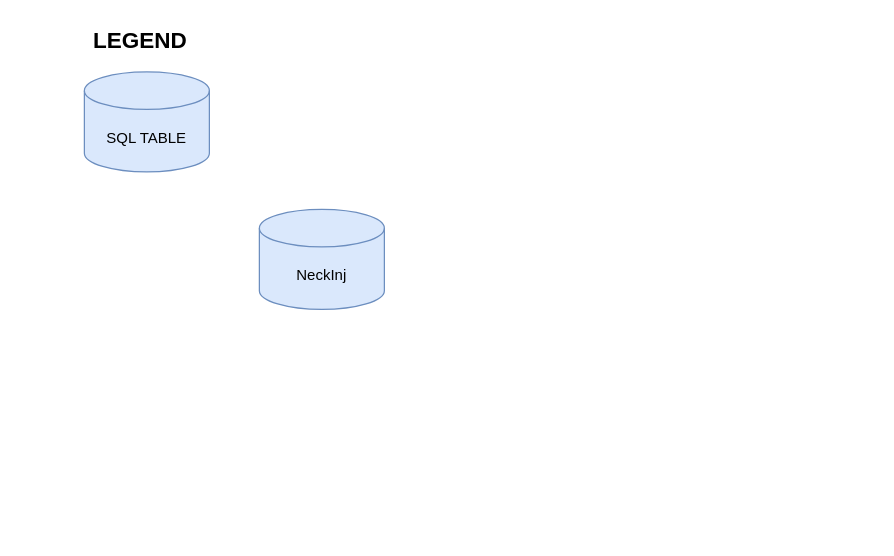
Before: OnPremises_Structure.drawio in ancollis757/trackingtables, a draw.io diagram. Source tidied: cells renumbered, new cells numbered last; positions are measured from the earlier drawing's top-left corner, leaving out a move shared by most shapes. Both pictures are drawn from the tidied source at 125%, with x=0, y=0 at pixel (21, 21).
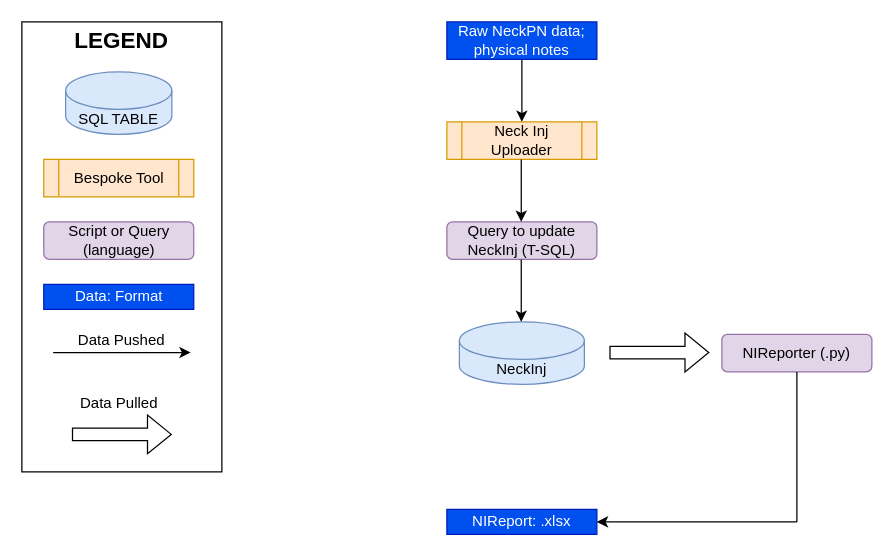
The same diagram, later.

Diff of the diagram source:
```diff
@@
+    <mxCell id="5" style="rounded=0;whiteSpace=wrap;html=1;fillColor=none;" parent="1" vertex="1">
+      <mxGeometry width="160" height="360" as="geometry" />
+    </mxCell>
     <mxCell id="2" value="SQL TABLE" style="shape=cylinder3;whiteSpace=wrap;html=1;boundedLbl=1;backgroundOutline=1;size=15;fillColor=#dae8fc;strokeColor=#6c8ebf;" parent="1" vertex="1">
-      <mxGeometry x="50" y="40" width="100" height="80" as="geometry" />
+      <mxGeometry x="35" y="40" width="85" height="50" as="geometry" />
     </mxCell>
     <mxCell id="3" value="&lt;font style=&quot;font-size: 18px;&quot;&gt;&lt;b&gt;LEGEND&lt;/b&gt;&lt;/font&gt;" style="text;html=1;strokeColor=none;fillColor=none;align=center;verticalAlign=middle;whiteSpace=wrap;rounded=0;" parent="1" vertex="1">
-      <mxGeometry width="190" height="30" as="geometry" />
+      <mxGeometry width="160" height="30" as="geometry" />
     </mxCell>
     <mxCell id="4" value="NeckInj" style="shape=cylinder3;whiteSpace=wrap;html=1;boundedLbl=1;backgroundOutline=1;size=15;fillColor=#dae8fc;strokeColor=#6c8ebf;" parent="1" vertex="1">
-      <mxGeometry x="190" y="150" width="100" height="80" as="geometry" />
+      <mxGeometry x="350" y="240" width="100" height="50" as="geometry" />
     </mxCell>
+    <mxCell id="6" value="Bespoke Tool" style="shape=process;whiteSpace=wrap;html=1;backgroundOutline=1;fillColor=#ffe6cc;strokeColor=#d79b00;" parent="1" vertex="1">
+      <mxGeometry x="17.5" y="110" width="120" height="30" as="geometry" />
+    </mxCell>
+    <mxCell id="7" value="Neck Inj Uploader" style="shape=process;whiteSpace=wrap;html=1;backgroundOutline=1;fillColor=#ffe6cc;strokeColor=#d79b00;" parent="1" vertex="1">
+      <mxGeometry x="340" y="80" width="120" height="30" as="geometry" />
+    </mxCell>
+    <mxCell id="8" value="Script or Query (language)" style="rounded=1;whiteSpace=wrap;html=1;fillColor=#e1d5e7;strokeColor=#9673a6;" parent="1" vertex="1">
+      <mxGeometry x="17.5" y="160" width="120" height="30" as="geometry" />
+    </mxCell>
+    <mxCell id="9" value="Query to update NeckInj (T-SQL)" style="rounded=1;whiteSpace=wrap;html=1;fillColor=#e1d5e7;strokeColor=#9673a6;" parent="1" vertex="1">
+      <mxGeometry x="340" y="160" width="120" height="30" as="geometry" />
+    </mxCell>
+    <mxCell id="10" value="Data: Format" style="rounded=0;whiteSpace=wrap;html=1;fillColor=#0050ef;strokeColor=#001DBC;fontColor=#ffffff;" parent="1" vertex="1">
+      <mxGeometry x="17.5" y="210" width="120" height="20" as="geometry" />
+    </mxCell>
+    <mxCell id="11" value="Raw NeckPN data; physical notes" style="rounded=0;whiteSpace=wrap;html=1;fillColor=#0050ef;strokeColor=#001DBC;fontColor=#ffffff;" parent="1" vertex="1">
+      <mxGeometry x="340" width="120" height="30" as="geometry" />
+    </mxCell>
+    <mxCell id="12" style="endArrow=classic;html=1;rounded=0;exitX=0.5;exitY=1;exitDx=0;exitDy=0;entryX=0.5;entryY=0;entryDx=0;entryDy=0;" parent="1" edge="1" source="11" target="7">
+      <mxGeometry relative="1" as="geometry" />
+    </mxCell>
+    <mxCell id="13" style="endArrow=classic;html=1;rounded=0;exitX=0.5;exitY=1;exitDx=0;exitDy=0;entryX=0.5;entryY=0;entryDx=0;entryDy=0;" parent="1" edge="1">
+      <mxGeometry relative="1" as="geometry">
+        <mxPoint x="399.5" y="110" as="sourcePoint" />
+        <mxPoint x="399.5" y="160" as="targetPoint" />
+      </mxGeometry>
+    </mxCell>
+    <mxCell id="14" style="endArrow=classic;html=1;rounded=0;exitX=0.5;exitY=1;exitDx=0;exitDy=0;entryX=0.5;entryY=0;entryDx=0;entryDy=0;" parent="1" edge="1">
+      <mxGeometry relative="1" as="geometry">
+        <mxPoint x="399.5" y="190" as="sourcePoint" />
+        <mxPoint x="399.5" y="240" as="targetPoint" />
+      </mxGeometry>
+    </mxCell>
+    <mxCell id="15" style="endArrow=classic;html=1;rounded=0;" parent="1" edge="1">
+      <mxGeometry relative="1" as="geometry">
+        <mxPoint x="25" y="264.5" as="sourcePoint" />
+        <mxPoint x="135" y="264.5" as="targetPoint" />
+      </mxGeometry>
+    </mxCell>
+    <mxCell id="16" value="Data Pushed" style="text;html=1;strokeColor=none;fillColor=none;align=center;verticalAlign=middle;whiteSpace=wrap;rounded=0;" parent="1" vertex="1">
+      <mxGeometry x="30" y="240" width="100" height="30" as="geometry" />
+    </mxCell>
+    <mxCell id="17" style="shape=flexArrow;endArrow=classic;html=1;rounded=0;" parent="1" edge="1">
+      <mxGeometry relative="1" as="geometry">
+        <mxPoint x="40" y="330" as="sourcePoint" />
+        <mxPoint x="120" y="330" as="targetPoint" />
+      </mxGeometry>
+    </mxCell>
+    <mxCell id="18" value="Data Pulled" style="text;html=1;strokeColor=none;fillColor=none;align=center;verticalAlign=middle;whiteSpace=wrap;rounded=0;" parent="1" vertex="1">
+      <mxGeometry x="27.5" y="290" width="100" height="30" as="geometry" />
+    </mxCell>
+    <mxCell id="19" value="NIReporter (.py)" style="rounded=1;whiteSpace=wrap;html=1;fillColor=#e1d5e7;strokeColor=#9673a6;" parent="1" vertex="1">
+      <mxGeometry x="560" y="250" width="120" height="30" as="geometry" />
+    </mxCell>
+    <mxCell id="20" style="shape=flexArrow;endArrow=classic;html=1;rounded=0;" parent="1" edge="1">
+      <mxGeometry relative="1" as="geometry">
+        <mxPoint x="470" y="264.5" as="sourcePoint" />
+        <mxPoint x="550" y="264.5" as="targetPoint" />
+      </mxGeometry>
+    </mxCell>
+    <mxCell id="21" value="NIReport: .xlsx" style="rounded=0;whiteSpace=wrap;html=1;fillColor=#0050ef;strokeColor=#001DBC;fontColor=#ffffff;" parent="1" vertex="1">
+      <mxGeometry x="340" y="390" width="120" height="20" as="geometry" />
+    </mxCell>
+    <mxCell id="22" style="endArrow=none;html=1;rounded=0;entryX=0.5;entryY=1;entryDx=0;entryDy=0;" parent="1" edge="1" target="19">
+      <mxGeometry relative="1" as="geometry">
+        <mxPoint x="620" y="400" as="sourcePoint" />
+      </mxGeometry>
+    </mxCell>
+    <mxCell id="23" style="endArrow=classic;html=1;rounded=0;entryX=1;entryY=0.5;entryDx=0;entryDy=0;" parent="1" edge="1" target="21">
+      <mxGeometry relative="1" as="geometry">
+        <mxPoint x="620" y="400" as="sourcePoint" />
+      </mxGeometry>
+    </mxCell>
```
